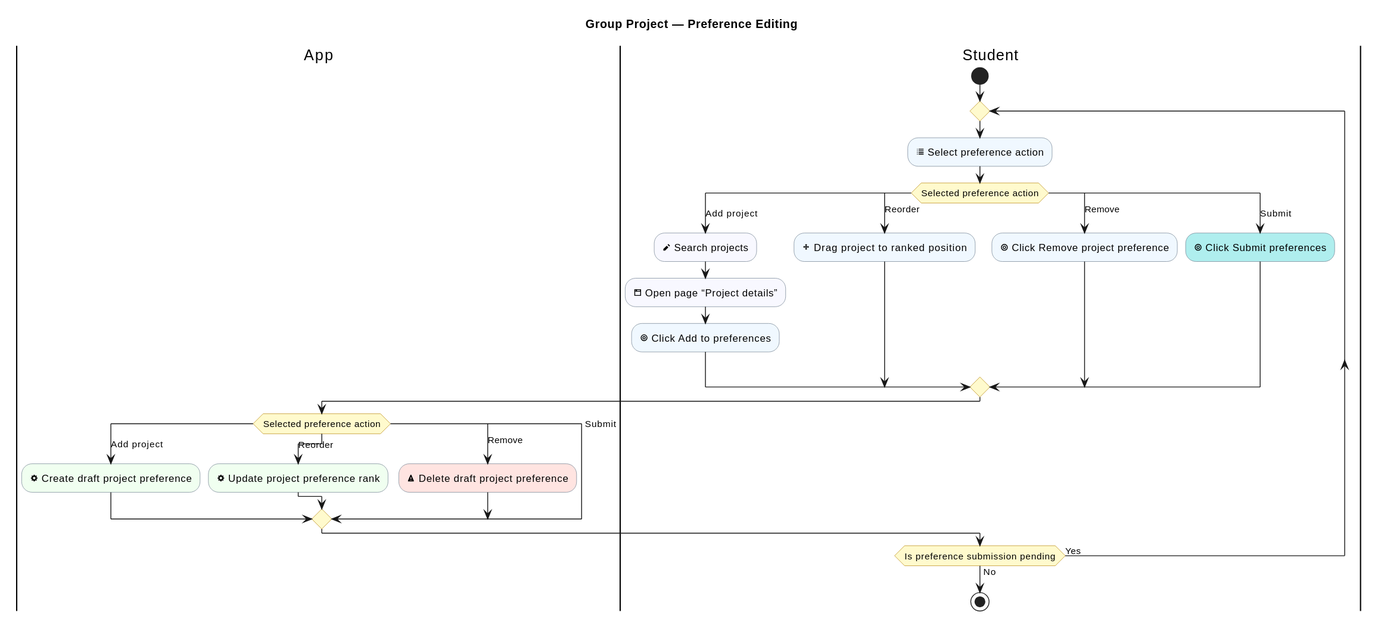
This is industrial-placement-group-project/diagrams/group-project/preference-editing.svg from sdflkjssl/sdflkjssl.github.io, a PlantUML export, as it was before one commit.
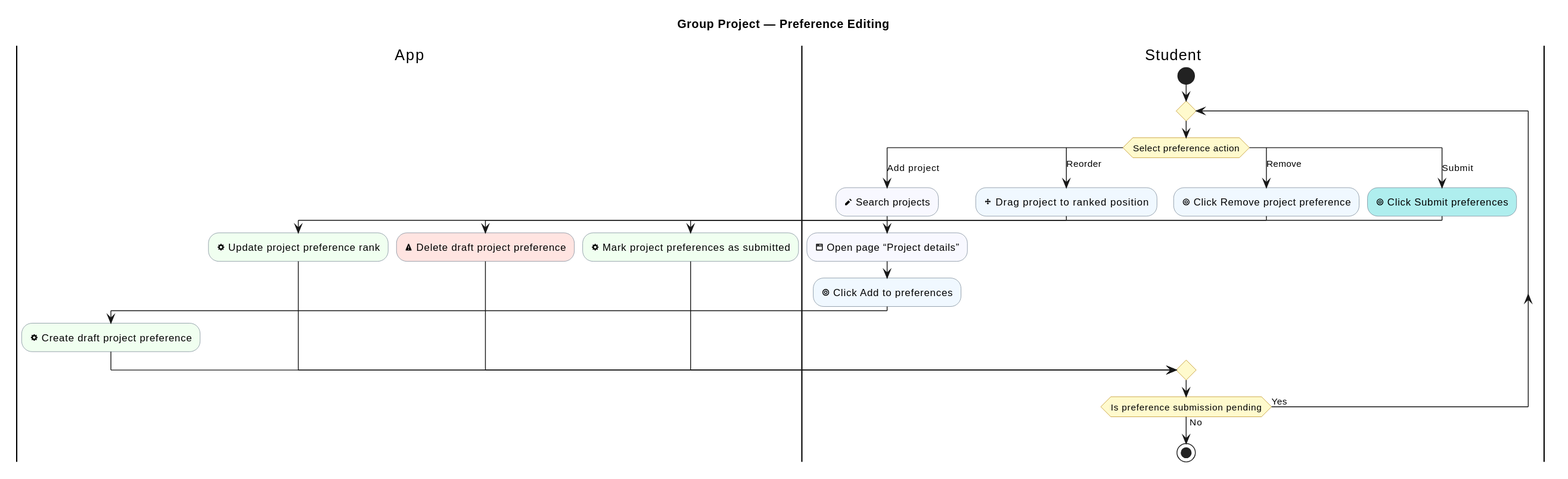
After the change.

The edit, as a diff of the source:
```diff
@@ -13,29 +13,29 @@
 |Student|
 start
 repeat
-  :<&list> Select preference action; <<#AliceBlue>>
-  switch (Selected preference action)
+  switch (Select preference action)
   case (Add project)
+    |Student|
     :<&pencil> Search projects; <<#GhostWhite>>
     :<&browser> Open page “Project details”; <<#GhostWhite>>
     :<&target> Click Add to preferences; <<#AliceBlue>>
-  case (Reorder)
-    :<&move> Drag project to ranked position; <<#AliceBlue>>
-  case (Remove)
-    :<&target> Click Remove project preference; <<#AliceBlue>>
-  case (Submit)
-    :<&target> Click Submit preferences; <<#PaleTurquoise>>
-  endswitch
-
-  |App|
-  switch (Selected preference action)
-  case (Add project)
+    |App|
     :<&cog> Create draft project preference; <<#HoneyDew>>
   case (Reorder)
+    |Student|
+    :<&move> Drag project to ranked position; <<#AliceBlue>>
+    |App|
     :<&cog> Update project preference rank; <<#HoneyDew>>
   case (Remove)
+    |Student|
+    :<&target> Click Remove project preference; <<#AliceBlue>>
+    |App|
     :<&warning> Delete draft project preference; <<#MistyRose>>
   case (Submit)
+    |Student|
+    :<&target> Click Submit preferences; <<#PaleTurquoise>>
+    |App|
+    :<&cog> Mark project preferences as submitted; <<#HoneyDew>>
   endswitch
   |Student|
 repeat while (Is preference submission pending) is (Yes) not (No)
```
